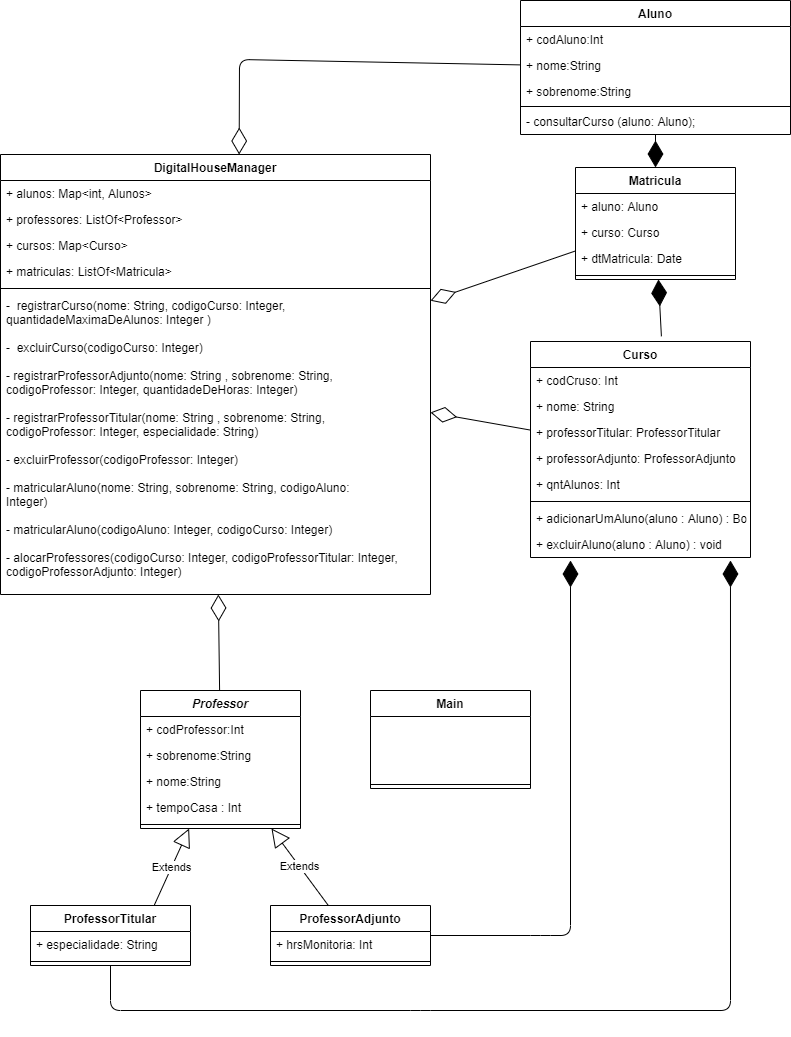
This is UML.png from Nogueira94/desafio1_digital_house, a draw.io export, as it was before one commit. Source tidied: cells renumbered, new cells last; positions are measured from the earlier drawing's top-left corner, leaving out a move shared by most shapes.
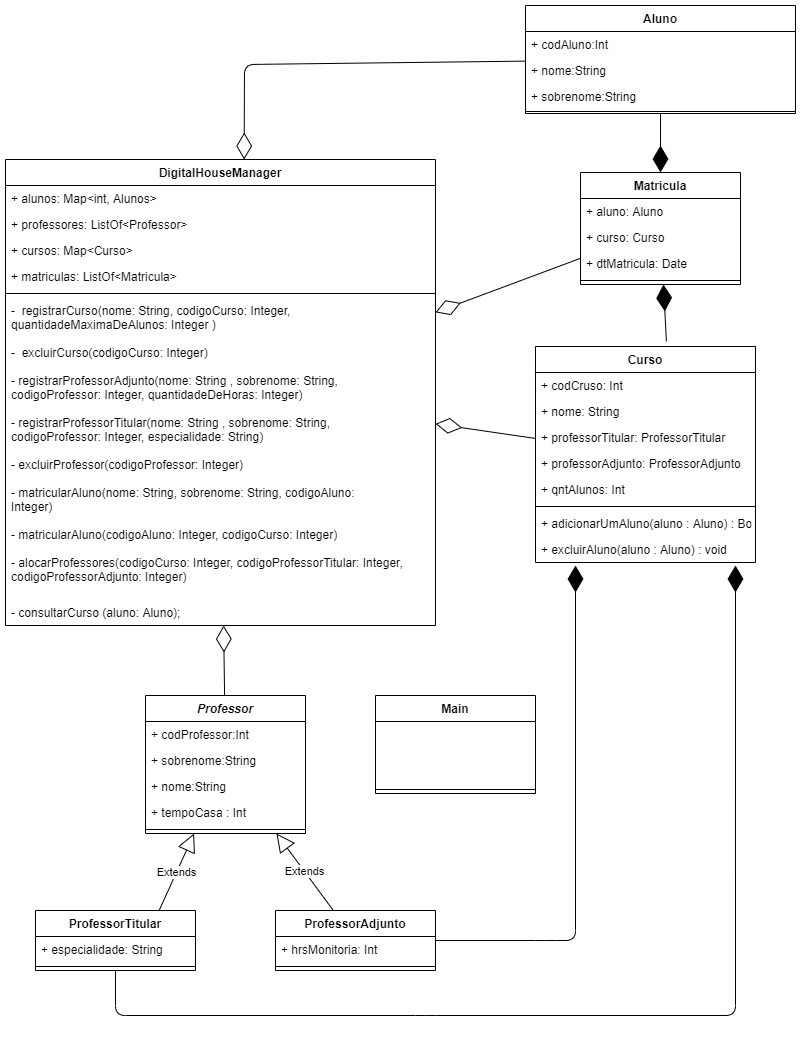
Above is the later version.

Diff of the diagram source:
```diff
@@ -33,7 +33,7 @@
       </mxGeometry>
     </mxCell>
     <mxCell id="10" value="DigitalHouseManager" style="swimlane;fontStyle=1;align=center;verticalAlign=top;horizontal=1;startSize=26;" parent="1" vertex="1">
-      <mxGeometry y="154" width="430" height="440" as="geometry" />
+      <mxGeometry y="154" width="430" height="466" as="geometry" />
     </mxCell>
     <mxCell id="11" value="+ alunos: Map&lt;int, Alunos&gt;" style="text;strokeColor=none;fillColor=none;align=left;verticalAlign=top;spacingLeft=4;spacingRight=4;overflow=hidden;" parent="10" vertex="1">
       <mxGeometry y="26" width="430" height="26" as="geometry" />
@@ -53,6 +53,9 @@
     <mxCell id="16" value="-  registrarCurso(nome: String, codigoCurso: Integer, &#10;quantidadeMaximaDeAlunos: Integer )&#10;&#10;-  excluirCurso(codigoCurso: Integer)&#10;&#10;- registrarProfessorAdjunto(nome: String , sobrenome: String,&#10;codigoProfessor: Integer, quantidadeDeHoras: Integer)&#10;&#10;- registrarProfessorTitular(nome: String , sobrenome: String,&#10;codigoProfessor: Integer, especialidade: String)&#10;&#10;- excluirProfessor(codigoProfessor: Integer)&#10;&#10;- matricularAluno(nome: String, sobrenome: String, codigoAluno:&#10;Integer)&#10;&#10;- matricularAluno(codigoAluno: Integer, codigoCurso: Integer)&#10;&#10;- alocarProfessores(codigoCurso: Integer, codigoProfessorTitular: Integer, &#10;codigoProfessorAdjunto: Integer)&#10;&#10;" style="text;strokeColor=none;fillColor=none;align=left;verticalAlign=top;spacingLeft=4;spacingRight=4;overflow=hidden;" parent="10" vertex="1">
       <mxGeometry y="138" width="430" height="302" as="geometry" />
     </mxCell>
+    <mxCell id="36" value="- consultarCurso (aluno: Aluno);" style="text;strokeColor=none;fillColor=none;align=left;verticalAlign=top;spacingLeft=4;spacingRight=4;overflow=hidden;" parent="10" vertex="1">
+      <mxGeometry y="440" width="430" height="26" as="geometry" />
+    </mxCell>
     <mxCell id="17" style="endArrow=diamondThin;endFill=1;endSize=24;html=1;" parent="1" edge="1" source="28">
       <mxGeometry relative="1" as="geometry">
         <mxPoint x="570" y="560" as="targetPoint" />
@@ -108,7 +111,7 @@
       <mxGeometry y="52" width="160" height="8" as="geometry" />
     </mxCell>
     <mxCell id="31" value="Aluno" style="swimlane;fontStyle=1;align=center;verticalAlign=top;horizontal=1;startSize=26;" parent="1" vertex="1">
-      <mxGeometry x="520" width="270" height="134" as="geometry" />
+      <mxGeometry x="520" width="270" height="108" as="geometry" />
     </mxCell>
     <mxCell id="32" value="+ codAluno:Int" style="text;strokeColor=none;fillColor=none;align=left;verticalAlign=top;spacingLeft=4;spacingRight=4;overflow=hidden;" parent="31" vertex="1">
       <mxGeometry y="26" width="270" height="26" as="geometry" />
@@ -122,9 +125,6 @@
     <mxCell id="35" style="line;strokeWidth=1;fillColor=none;align=left;verticalAlign=middle;spacingTop=-1;spacingLeft=3;spacingRight=3;labelPosition=right;" parent="31" vertex="1">
       <mxGeometry y="104" width="270" height="4" as="geometry" />
     </mxCell>
-    <mxCell id="36" value="- consultarCurso (aluno: Aluno);" style="text;strokeColor=none;fillColor=none;align=left;verticalAlign=top;spacingLeft=4;spacingRight=4;overflow=hidden;" parent="31" vertex="1">
-      <mxGeometry y="108" width="270" height="26" as="geometry" />
-    </mxCell>
     <mxCell id="37" value="Curso" style="swimlane;fontStyle=1;align=center;verticalAlign=top;horizontal=1;startSize=26;" parent="1" vertex="1">
       <mxGeometry x="530" y="341" width="220" height="216" as="geometry" />
     </mxCell>
```
